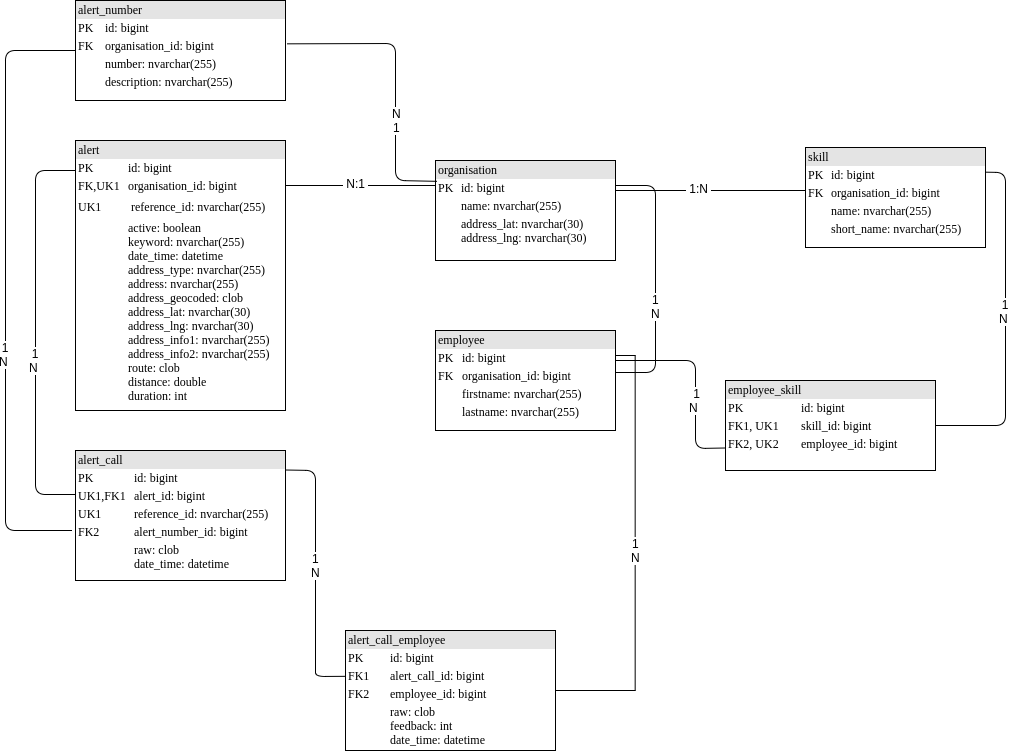
denniskniep/alarmcontrol keeps this draw.io diagram as docs/database_erm.png. Above is the earlier version. Source tidied: cells renumbered, new cells last; positions are measured from the earlier drawing's top-left corner, leaving out a move shared by most shapes.
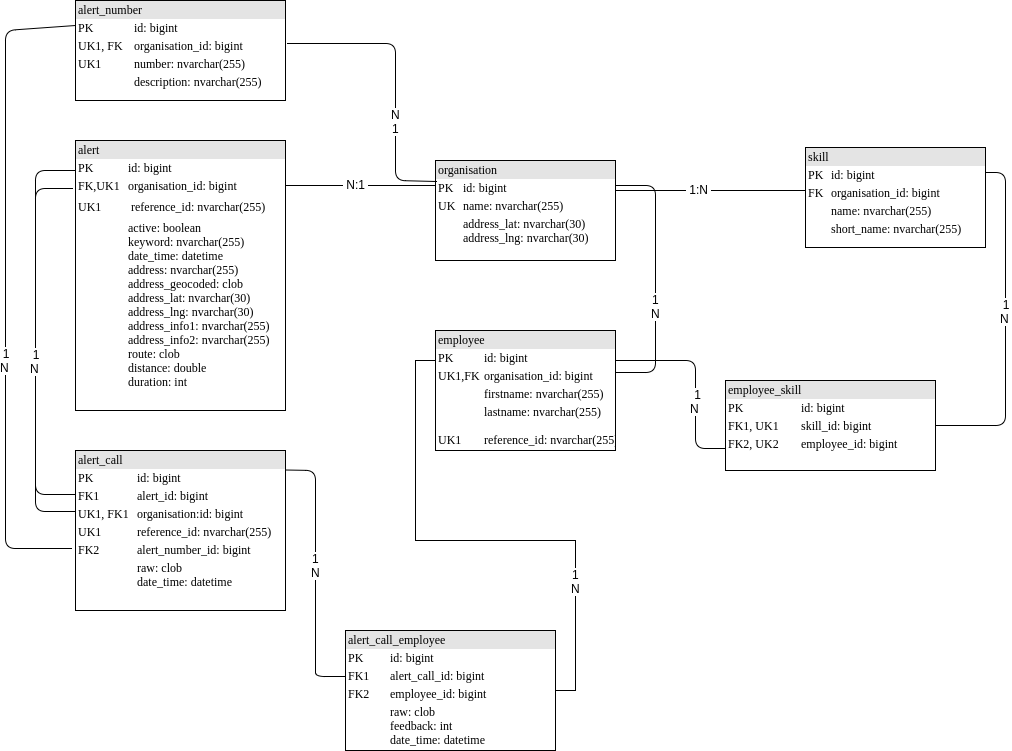
The same diagram one commit later.

What changed in the source:
```diff
@@ -2,10 +2,10 @@
   <root>
     <mxCell id="0" />
     <mxCell id="1" parent="0" />
-    <mxCell id="2" value="&lt;div style=&quot;box-sizing: border-box ; width: 100% ; background: #e4e4e4 ; padding: 2px&quot;&gt;alert&lt;/div&gt;&lt;table style=&quot;width: 100% ; font-size: 1em&quot; cellpadding=&quot;2&quot; cellspacing=&quot;0&quot;&gt;&lt;tbody&gt;&lt;tr&gt;&lt;td&gt;PK&lt;/td&gt;&lt;td&gt;id: bigint&lt;/td&gt;&lt;/tr&gt;&lt;tr&gt;&lt;td&gt;FK,UK1&lt;/td&gt;&lt;td&gt;organisation_id: bigint&lt;/td&gt;&lt;/tr&gt;&lt;tr&gt;&lt;td&gt;UK1&lt;/td&gt;&lt;td&gt;&lt;table&gt;&lt;tbody&gt;&lt;tr&gt;&lt;td&gt;reference_id: nvarchar(255)&lt;/td&gt;&lt;/tr&gt;&lt;/tbody&gt;&lt;/table&gt;&lt;/td&gt;&lt;/tr&gt;&lt;tr&gt;&lt;td&gt;&lt;/td&gt;&lt;td&gt;active: boolean&lt;br&gt;keyword: nvarchar(255)&lt;br&gt;date_time: datetime&lt;br&gt;address_type: nvarchar(255)&lt;br&gt;address: nvarchar(255)&lt;br&gt;address_geocoded: clob&lt;br&gt;address_lat: nvarchar(30)&lt;br&gt;address_lng: nvarchar(30)&lt;br&gt;address_info1: nvarchar(255)&lt;br&gt;address_info2: nvarchar(255)&lt;br&gt;route: clob&lt;br&gt;distance: double&lt;br&gt;duration: int&lt;br&gt;&lt;br&gt;&lt;br&gt;&lt;/td&gt;&lt;/tr&gt;&lt;/tbody&gt;&lt;/table&gt;" style="verticalAlign=top;align=left;overflow=fill;html=1;rounded=0;shadow=0;comic=0;labelBackgroundColor=none;strokeColor=#000000;strokeWidth=1;fillColor=#ffffff;fontFamily=Verdana;fontSize=12;fontColor=#000000;" parent="1" vertex="1">
+    <mxCell id="2" value="&lt;div style=&quot;box-sizing: border-box ; width: 100% ; background: #e4e4e4 ; padding: 2px&quot;&gt;alert&lt;/div&gt;&lt;table style=&quot;width: 100% ; font-size: 1em&quot; cellpadding=&quot;2&quot; cellspacing=&quot;0&quot;&gt;&lt;tbody&gt;&lt;tr&gt;&lt;td&gt;PK&lt;/td&gt;&lt;td&gt;id: bigint&lt;/td&gt;&lt;/tr&gt;&lt;tr&gt;&lt;td&gt;FK,UK1&lt;/td&gt;&lt;td&gt;organisation_id: bigint&lt;/td&gt;&lt;/tr&gt;&lt;tr&gt;&lt;td&gt;UK1&lt;/td&gt;&lt;td&gt;&lt;table&gt;&lt;tbody&gt;&lt;tr&gt;&lt;td&gt;reference_id: nvarchar(255)&lt;/td&gt;&lt;/tr&gt;&lt;/tbody&gt;&lt;/table&gt;&lt;/td&gt;&lt;/tr&gt;&lt;tr&gt;&lt;td&gt;&lt;/td&gt;&lt;td&gt;active: boolean&lt;br&gt;keyword: nvarchar(255)&lt;br&gt;date_time: datetime&lt;br&gt;address: nvarchar(255)&lt;br&gt;address_geocoded: clob&lt;br&gt;address_lat: nvarchar(30)&lt;br&gt;address_lng: nvarchar(30)&lt;br&gt;address_info1: nvarchar(255)&lt;br&gt;address_info2: nvarchar(255)&lt;br&gt;route: clob&lt;br&gt;distance: double&lt;br&gt;duration: int&lt;br&gt;&lt;br&gt;&lt;br&gt;&lt;/td&gt;&lt;/tr&gt;&lt;/tbody&gt;&lt;/table&gt;" style="verticalAlign=top;align=left;overflow=fill;html=1;rounded=0;shadow=0;comic=0;labelBackgroundColor=none;strokeColor=#000000;strokeWidth=1;fillColor=#ffffff;fontFamily=Verdana;fontSize=12;fontColor=#000000;" parent="1" vertex="1">
       <mxGeometry x="70" y="140" width="210" height="270" as="geometry" />
     </mxCell>
-    <mxCell id="3" value="&lt;div style=&quot;box-sizing: border-box ; width: 100% ; background: #e4e4e4 ; padding: 2px&quot;&gt;organisation&lt;/div&gt;&lt;table style=&quot;width: 100% ; font-size: 1em&quot; cellpadding=&quot;2&quot; cellspacing=&quot;0&quot;&gt;&lt;tbody&gt;&lt;tr&gt;&lt;td&gt;PK&lt;/td&gt;&lt;td&gt;id: bigint&lt;/td&gt;&lt;/tr&gt;&lt;tr&gt;&lt;td&gt;&lt;br&gt;&lt;/td&gt;&lt;td&gt;name: nvarchar(255)&lt;/td&gt;&lt;/tr&gt;&lt;tr&gt;&lt;td&gt;&lt;/td&gt;&lt;td&gt;address_lat: nvarchar(30)&lt;br&gt;address_lng: nvarchar(30)&lt;br&gt;&lt;br&gt;&lt;/td&gt;&lt;/tr&gt;&lt;/tbody&gt;&lt;/table&gt;" style="verticalAlign=top;align=left;overflow=fill;html=1;rounded=0;shadow=0;comic=0;labelBackgroundColor=none;strokeColor=#000000;strokeWidth=1;fillColor=#ffffff;fontFamily=Verdana;fontSize=12;fontColor=#000000;" parent="1" vertex="1">
+    <mxCell id="3" value="&lt;div style=&quot;box-sizing: border-box ; width: 100% ; background: #e4e4e4 ; padding: 2px&quot;&gt;organisation&lt;/div&gt;&lt;table style=&quot;width: 100% ; font-size: 1em&quot; cellpadding=&quot;2&quot; cellspacing=&quot;0&quot;&gt;&lt;tbody&gt;&lt;tr&gt;&lt;td&gt;PK&lt;/td&gt;&lt;td&gt;id: bigint&lt;/td&gt;&lt;/tr&gt;&lt;tr&gt;&lt;td&gt;UK&lt;/td&gt;&lt;td&gt;name: nvarchar(255)&lt;/td&gt;&lt;/tr&gt;&lt;tr&gt;&lt;td&gt;&lt;/td&gt;&lt;td&gt;address_lat: nvarchar(30)&lt;br&gt;address_lng: nvarchar(30)&lt;br&gt;&lt;br&gt;&lt;/td&gt;&lt;/tr&gt;&lt;/tbody&gt;&lt;/table&gt;" style="verticalAlign=top;align=left;overflow=fill;html=1;rounded=0;shadow=0;comic=0;labelBackgroundColor=none;strokeColor=#000000;strokeWidth=1;fillColor=#ffffff;fontFamily=Verdana;fontSize=12;fontColor=#000000;" parent="1" vertex="1">
       <mxGeometry x="430" y="160" width="180" height="100" as="geometry" />
     </mxCell>
     <mxCell id="4" style="endArrow=none;html=1;entryX=0;entryY=0.25;entryDx=0;entryDy=0;" parent="1" edge="1" target="3">
@@ -18,16 +18,16 @@
         <mxPoint x="22" as="offset" />
       </mxGeometry>
     </mxCell>
-    <mxCell id="6" style="edgeStyle=orthogonalEdgeStyle;rounded=0;jettySize=auto;html=1;exitX=1;exitY=0.25;exitDx=0;exitDy=0;endArrow=none;endFill=0;entryX=1;entryY=0.5;entryDx=0;entryDy=0;" parent="1" edge="1" source="8" target="17">
+    <mxCell id="6" style="edgeStyle=orthogonalEdgeStyle;rounded=0;jettySize=auto;html=1;endArrow=none;endFill=0;entryX=1;entryY=0.5;entryDx=0;entryDy=0;exitX=0;exitY=0.25;exitDx=0;exitDy=0;" parent="1" edge="1" source="8" target="17">
       <mxGeometry relative="1" as="geometry" />
     </mxCell>
     <mxCell id="7" value="1&lt;br&gt;N&lt;br&gt;" style="text;html=1;align=center;verticalAlign=middle;labelBackgroundColor=#ffffff;" parent="6" vertex="1">
       <mxGeometry x="0.73" y="2" relative="1" as="geometry">
-        <mxPoint x="21" y="-142" as="offset" />
+        <mxPoint x="-2" y="-58" as="offset" />
       </mxGeometry>
     </mxCell>
-    <mxCell id="8" value="&lt;div style=&quot;box-sizing: border-box ; width: 100% ; background: #e4e4e4 ; padding: 2px&quot;&gt;employee&lt;/div&gt;&lt;table style=&quot;width: 100% ; font-size: 1em&quot; cellpadding=&quot;2&quot; cellspacing=&quot;0&quot;&gt;&lt;tbody&gt;&lt;tr&gt;&lt;td&gt;PK&lt;/td&gt;&lt;td&gt;id: bigint&lt;/td&gt;&lt;/tr&gt;&lt;tr&gt;&lt;td&gt;FK&lt;/td&gt;&lt;td&gt;organisation_id: bigint&lt;br&gt;&lt;/td&gt;&lt;/tr&gt;&lt;tr&gt;&lt;td&gt;&lt;br&gt;&lt;/td&gt;&lt;td&gt;firstname: nvarchar(255)&lt;/td&gt;&lt;/tr&gt;&lt;tr&gt;&lt;td&gt;&lt;/td&gt;&lt;td&gt;lastname: nvarchar(255)&lt;br&gt;&lt;br&gt;&lt;br&gt;&lt;/td&gt;&lt;/tr&gt;&lt;/tbody&gt;&lt;/table&gt;" style="verticalAlign=top;align=left;overflow=fill;html=1;rounded=0;shadow=0;comic=0;labelBackgroundColor=none;strokeColor=#000000;strokeWidth=1;fillColor=#ffffff;fontFamily=Verdana;fontSize=12;fontColor=#000000;" parent="1" vertex="1">
-      <mxGeometry x="430" y="330" width="180" height="100" as="geometry" />
+    <mxCell id="8" value="&lt;div style=&quot;box-sizing: border-box ; width: 100% ; background: #e4e4e4 ; padding: 2px&quot;&gt;employee&lt;/div&gt;&lt;table style=&quot;width: 100% ; font-size: 1em&quot; cellpadding=&quot;2&quot; cellspacing=&quot;0&quot;&gt;&lt;tbody&gt;&lt;tr&gt;&lt;td&gt;PK&lt;/td&gt;&lt;td&gt;id: bigint&lt;/td&gt;&lt;/tr&gt;&lt;tr&gt;&lt;td&gt;UK1,FK&lt;/td&gt;&lt;td&gt;organisation_id: bigint&lt;br&gt;&lt;/td&gt;&lt;/tr&gt;&lt;tr&gt;&lt;td&gt;&lt;br&gt;&lt;/td&gt;&lt;td&gt;firstname: nvarchar(255)&lt;/td&gt;&lt;/tr&gt;&lt;tr&gt;&lt;td&gt;UK1&lt;/td&gt;&lt;td&gt;lastname: nvarchar(255)&lt;br&gt;&lt;br&gt;reference_id: nvarchar(255)&lt;br&gt;&lt;br&gt;&lt;br&gt;&lt;/td&gt;&lt;/tr&gt;&lt;/tbody&gt;&lt;/table&gt;" style="verticalAlign=top;align=left;overflow=fill;html=1;rounded=0;shadow=0;comic=0;labelBackgroundColor=none;strokeColor=#000000;strokeWidth=1;fillColor=#ffffff;fontFamily=Verdana;fontSize=12;fontColor=#000000;" parent="1" vertex="1">
+      <mxGeometry x="430" y="330" width="180" height="120" as="geometry" />
     </mxCell>
     <mxCell id="9" style="endArrow=none;html=1;entryX=1;entryY=0.25;entryDx=0;entryDy=0;" parent="1" edge="1" target="3">
       <mxGeometry relative="1" as="geometry">
@@ -56,8 +56,8 @@
         <mxPoint x="22" as="offset" />
       </mxGeometry>
     </mxCell>
-    <mxCell id="14" value="&lt;div style=&quot;box-sizing: border-box ; width: 100% ; background: #e4e4e4 ; padding: 2px&quot;&gt;alert_call&lt;/div&gt;&lt;table style=&quot;width: 100% ; font-size: 1em&quot; cellpadding=&quot;2&quot; cellspacing=&quot;0&quot;&gt;&lt;tbody&gt;&lt;tr&gt;&lt;td&gt;PK&lt;/td&gt;&lt;td&gt;id: bigint&lt;/td&gt;&lt;/tr&gt;&lt;tr&gt;&lt;td&gt;UK1,FK1&lt;br&gt;&lt;/td&gt;&lt;td&gt;alert_id: bigint&lt;/td&gt;&lt;/tr&gt;&lt;tr&gt;&lt;td&gt;UK1&lt;/td&gt;&lt;td&gt;reference_id: nvarchar(255)&lt;br&gt;&lt;/td&gt;&lt;/tr&gt;&lt;tr&gt;&lt;td&gt;FK2&lt;/td&gt;&lt;td&gt;alert_number_id: bigint&lt;br&gt;&lt;/td&gt;&lt;/tr&gt;&lt;tr&gt;&lt;td&gt;&lt;/td&gt;&lt;td&gt;raw: clob&lt;br&gt;date_time: datetime&lt;br&gt;&lt;br&gt;&lt;br&gt;&lt;/td&gt;&lt;/tr&gt;&lt;/tbody&gt;&lt;/table&gt;" style="verticalAlign=top;align=left;overflow=fill;html=1;rounded=0;shadow=0;comic=0;labelBackgroundColor=none;strokeColor=#000000;strokeWidth=1;fillColor=#ffffff;fontFamily=Verdana;fontSize=12;fontColor=#000000;" parent="1" vertex="1">
-      <mxGeometry x="70" y="450" width="210" height="130" as="geometry" />
+    <mxCell id="14" value="&lt;div style=&quot;box-sizing: border-box ; width: 100% ; background: #e4e4e4 ; padding: 2px&quot;&gt;alert_call&lt;/div&gt;&lt;table style=&quot;width: 100% ; font-size: 1em&quot; cellpadding=&quot;2&quot; cellspacing=&quot;0&quot;&gt;&lt;tbody&gt;&lt;tr&gt;&lt;td&gt;PK&lt;/td&gt;&lt;td&gt;id: bigint&lt;/td&gt;&lt;/tr&gt;&lt;tr&gt;&lt;td&gt;FK1&lt;br&gt;&lt;/td&gt;&lt;td&gt;alert_id: bigint&lt;/td&gt;&lt;/tr&gt;&lt;tr&gt;&lt;td&gt;UK1, FK1&lt;/td&gt;&lt;td&gt;organisation:id: bigint&lt;/td&gt;&lt;/tr&gt;&lt;tr&gt;&lt;td&gt;UK1&lt;/td&gt;&lt;td&gt;reference_id: nvarchar(255)&lt;br&gt;&lt;/td&gt;&lt;/tr&gt;&lt;tr&gt;&lt;td&gt;FK2&lt;/td&gt;&lt;td&gt;alert_number_id: bigint&lt;br&gt;&lt;/td&gt;&lt;/tr&gt;&lt;tr&gt;&lt;td&gt;&lt;/td&gt;&lt;td&gt;raw: clob&lt;br&gt;date_time: datetime&lt;br&gt;&lt;br&gt;&lt;br&gt;&lt;/td&gt;&lt;/tr&gt;&lt;/tbody&gt;&lt;/table&gt;" style="verticalAlign=top;align=left;overflow=fill;html=1;rounded=0;shadow=0;comic=0;labelBackgroundColor=none;strokeColor=#000000;strokeWidth=1;fillColor=#ffffff;fontFamily=Verdana;fontSize=12;fontColor=#000000;" parent="1" vertex="1">
+      <mxGeometry x="70" y="450" width="210" height="160" as="geometry" />
     </mxCell>
     <mxCell id="15" style="endArrow=none;html=1;" parent="1" edge="1">
       <mxGeometry relative="1" as="geometry">
@@ -123,7 +123,7 @@
         <mxPoint x="16" y="42" as="offset" />
       </mxGeometry>
     </mxCell>
-    <mxCell id="25" value="&lt;div style=&quot;box-sizing: border-box ; width: 100% ; background: #e4e4e4 ; padding: 2px&quot;&gt;alert_number&lt;/div&gt;&lt;table style=&quot;width: 100% ; font-size: 1em&quot; cellpadding=&quot;2&quot; cellspacing=&quot;0&quot;&gt;&lt;tbody&gt;&lt;tr&gt;&lt;td&gt;PK&lt;/td&gt;&lt;td&gt;id: bigint&lt;/td&gt;&lt;/tr&gt;&lt;tr&gt;&lt;td&gt;FK&lt;/td&gt;&lt;td&gt;organisation_id: bigint&lt;br&gt;&lt;/td&gt;&lt;/tr&gt;&lt;tr&gt;&lt;td&gt;&lt;br&gt;&lt;/td&gt;&lt;td&gt;number: nvarchar(255)&lt;/td&gt;&lt;/tr&gt;&lt;tr&gt;&lt;td&gt;&lt;/td&gt;&lt;td&gt;description: nvarchar(255)&lt;br&gt;&lt;br&gt;&lt;br&gt;&lt;/td&gt;&lt;/tr&gt;&lt;/tbody&gt;&lt;/table&gt;" style="verticalAlign=top;align=left;overflow=fill;html=1;rounded=0;shadow=0;comic=0;labelBackgroundColor=none;strokeColor=#000000;strokeWidth=1;fillColor=#ffffff;fontFamily=Verdana;fontSize=12;fontColor=#000000;" parent="1" vertex="1">
+    <mxCell id="25" value="&lt;div style=&quot;box-sizing: border-box ; width: 100% ; background: #e4e4e4 ; padding: 2px&quot;&gt;alert_number&lt;/div&gt;&lt;table style=&quot;width: 100% ; font-size: 1em&quot; cellpadding=&quot;2&quot; cellspacing=&quot;0&quot;&gt;&lt;tbody&gt;&lt;tr&gt;&lt;td&gt;PK&lt;/td&gt;&lt;td&gt;id: bigint&lt;/td&gt;&lt;/tr&gt;&lt;tr&gt;&lt;td&gt;UK1, FK&lt;/td&gt;&lt;td&gt;organisation_id: bigint&lt;br&gt;&lt;/td&gt;&lt;/tr&gt;&lt;tr&gt;&lt;td&gt;UK1&lt;/td&gt;&lt;td&gt;number: nvarchar(255)&lt;/td&gt;&lt;/tr&gt;&lt;tr&gt;&lt;td&gt;&lt;/td&gt;&lt;td&gt;description: nvarchar(255)&lt;br&gt;&lt;br&gt;&lt;br&gt;&lt;/td&gt;&lt;/tr&gt;&lt;/tbody&gt;&lt;/table&gt;" style="verticalAlign=top;align=left;overflow=fill;html=1;rounded=0;shadow=0;comic=0;labelBackgroundColor=none;strokeColor=#000000;strokeWidth=1;fillColor=#ffffff;fontFamily=Verdana;fontSize=12;fontColor=#000000;" parent="1" vertex="1">
       <mxGeometry x="70" width="210" height="100" as="geometry" />
     </mxCell>
     <mxCell id="26" style="endArrow=none;html=1;entryX=0.006;entryY=0.21;entryDx=0;entryDy=0;exitX=1.01;exitY=0.43;exitDx=0;exitDy=0;exitPerimeter=0;entryPerimeter=0;" parent="1" edge="1" source="25" target="3">
@@ -139,11 +139,11 @@
         <mxPoint x="16" y="79" as="offset" />
       </mxGeometry>
     </mxCell>
-    <mxCell id="28" style="endArrow=none;html=1;entryX=0;entryY=0.5;entryDx=0;entryDy=0;exitX=-0.019;exitY=0.615;exitDx=0;exitDy=0;exitPerimeter=0;" parent="1" edge="1" source="14" target="25">
+    <mxCell id="28" style="endArrow=none;html=1;entryX=0;entryY=0.25;entryDx=0;entryDy=0;exitX=-0.019;exitY=0.615;exitDx=0;exitDy=0;exitPerimeter=0;" parent="1" edge="1" source="14" target="25">
       <mxGeometry relative="1" as="geometry">
         <Array as="points">
-          <mxPoint y="530" />
-          <mxPoint y="50" />
+          <mxPoint y="548" />
+          <mxPoint y="30" />
         </Array>
       </mxGeometry>
     </mxCell>
@@ -152,5 +152,21 @@
         <mxPoint x="2" y="-44" as="offset" />
       </mxGeometry>
     </mxCell>
+    <mxCell id="30" style="endArrow=none;html=1;entryX=-0.005;entryY=0.381;entryDx=0;entryDy=0;entryPerimeter=0;" parent="1" edge="1" target="14">
+      <mxGeometry relative="1" as="geometry">
+        <mxPoint x="30" y="470" as="sourcePoint" />
+        <Array as="points">
+          <mxPoint x="30" y="511" />
+        </Array>
+      </mxGeometry>
+    </mxCell>
+    <mxCell id="31" style="endArrow=none;html=1;entryX=-0.014;entryY=0.178;entryDx=0;entryDy=0;entryPerimeter=0;" parent="1" edge="1" target="2">
+      <mxGeometry relative="1" as="geometry">
+        <mxPoint x="30" y="210" as="sourcePoint" />
+        <Array as="points">
+          <mxPoint x="30" y="188" />
+        </Array>
+      </mxGeometry>
+    </mxCell>
   </root>
 </mxGraphModel>
```
